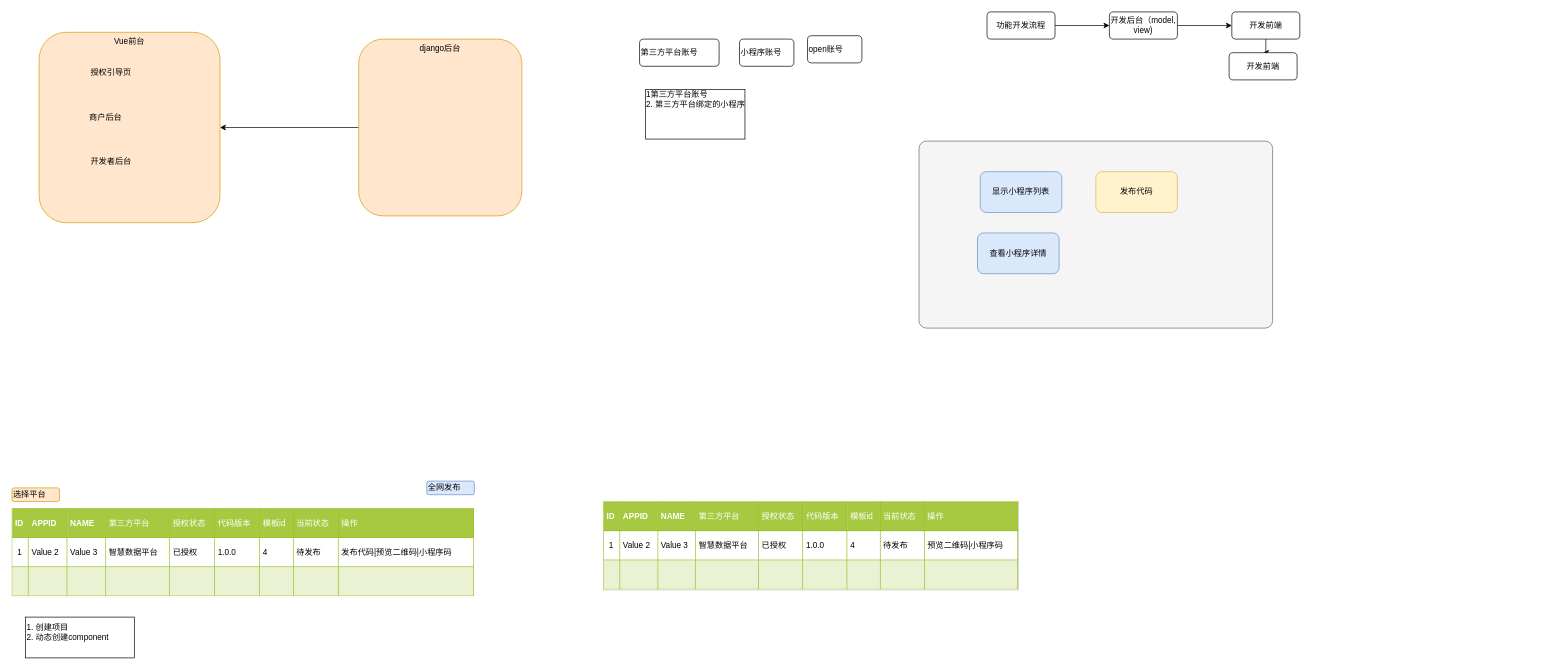
atanx/atanx.github.io keeps this draw.io diagram as page "wxa_platform" (1 of 3) of assets/drawio/wxa_platform.drawio. Above is the earlier version. Source tidied: cells renumbered, new cells numbered last; positions are measured from the earlier drawing's top-left corner, leaving out a move shared by most shapes. Both pictures are drawn from the tidied source at 68%, with x=0, y=0 at pixel (12, 12).
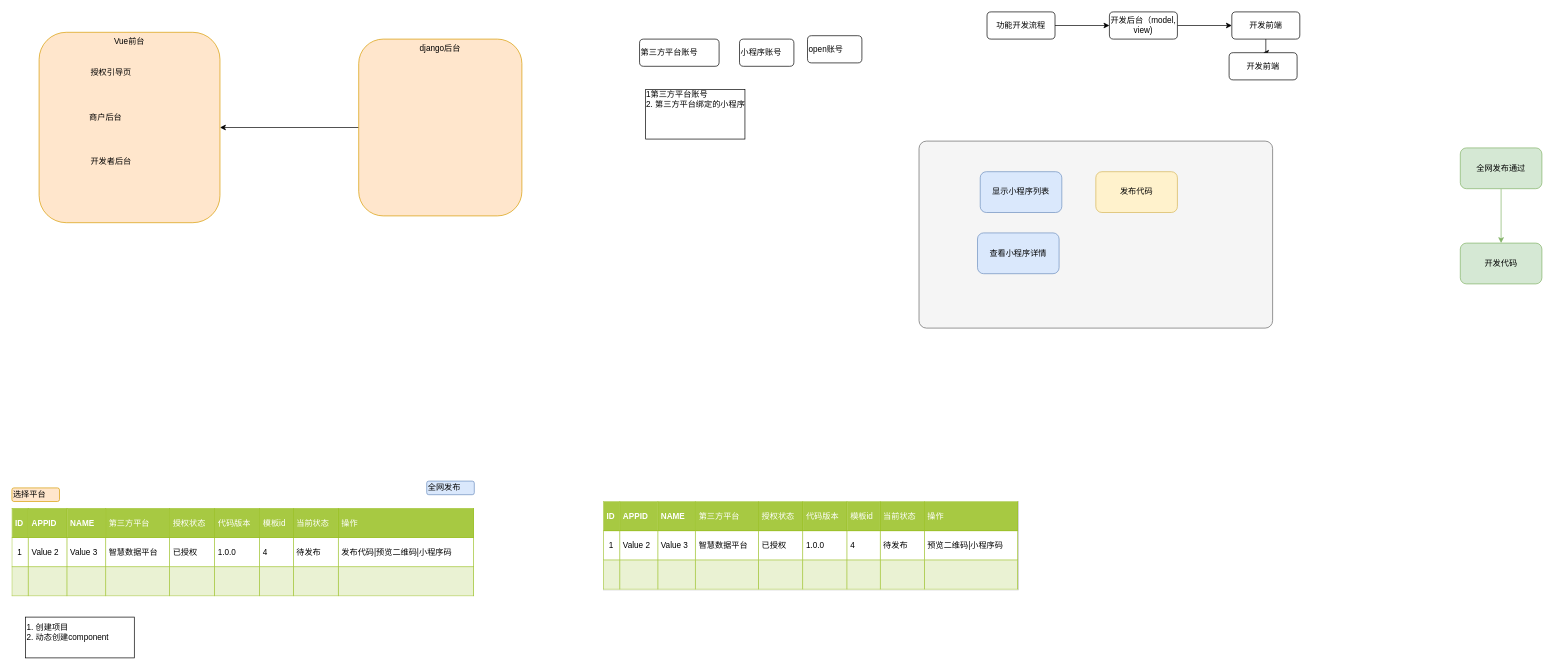
Above is the later version.

The edit, as a diff of the source:
```diff
@@
+    <mxCell id="28" style="edgeStyle=orthogonalEdgeStyle;rounded=0;jettySize=auto;html=1;fillColor=#d5e8d4;strokeColor=#82b366;" parent="1" edge="1" source="29" target="30">
+      <mxGeometry relative="1" as="geometry" />
+    </mxCell>
+    <mxCell id="29" value="全网发布通过" style="rounded=1;whiteSpace=wrap;html=1;fillColor=#d5e8d4;strokeColor=#82b366;" parent="1" vertex="1">
+      <mxGeometry x="2130" y="200" width="120" height="60" as="geometry" />
+    </mxCell>
+    <mxCell id="30" value="开发代码" style="rounded=1;whiteSpace=wrap;html=1;fillColor=#d5e8d4;strokeColor=#82b366;" parent="1" vertex="1">
+      <mxGeometry x="2130" y="340" width="120" height="60" as="geometry" />
+    </mxCell>
```
